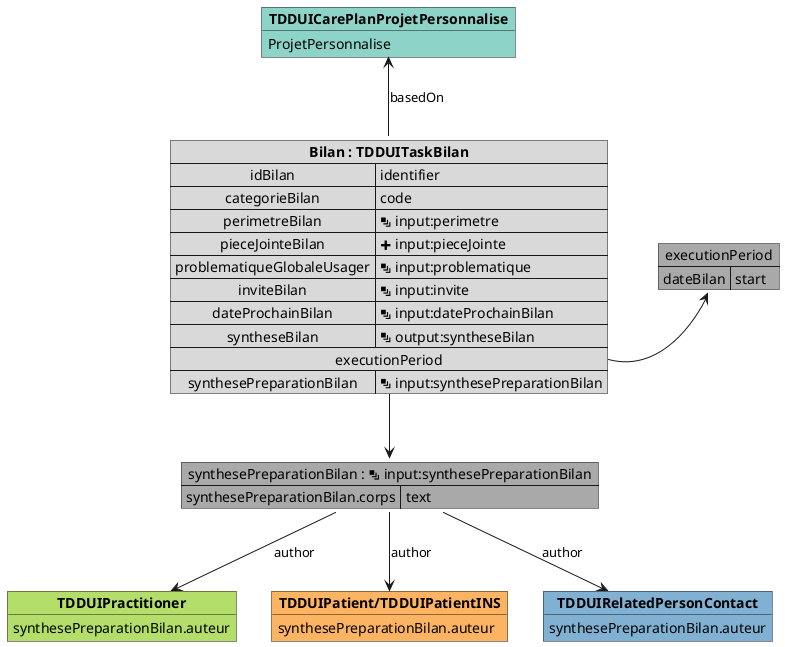
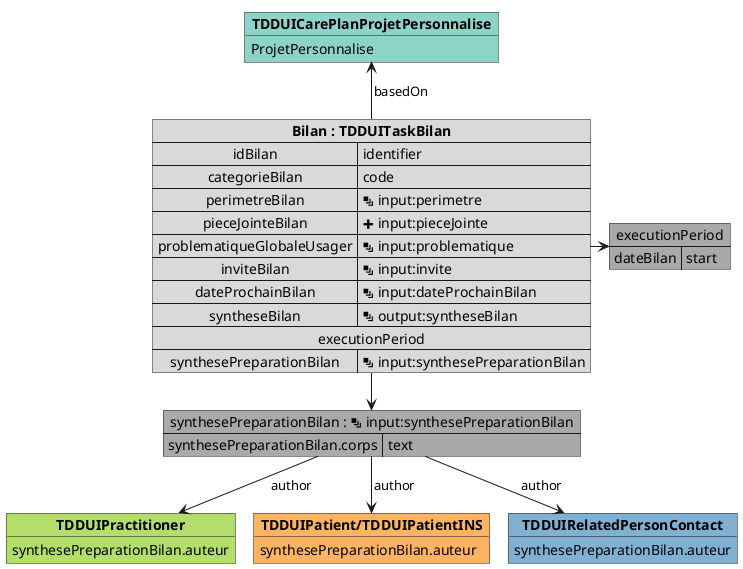
@startuml
+ !pragma layout smetana

map "executionPeriod" as executionPeriod #DarkGray {
    dateBilan => start
}

map "synthesePreparationBilan : <&layers> input:synthesePreparationBilan" as synthesePreparationBilan #DarkGray {
        synthesePreparationBilan.corps => text
}

object "**TDDUIPractitioner**" as TDDUIPractitioner #b3de69 {
    synthesePreparationBilan.auteur
}

object "**TDDUIPatient/TDDUIPatientINS**" as TDDUIPatient #fdb462 {
    synthesePreparationBilan.auteur
}

object "**TDDUIRelatedPersonContact**" as TDDUIRelatedPersonContact #80b1d3 {
    synthesePreparationBilan.auteur
}

object "**TDDUICarePlanProjetPersonnalise**" as TDDUICarePlanProjetPersonnalise_basedOn #8dd3c7 {
    ProjetPersonnalise
}

map "**Bilan : TDDUITaskBilan**" as Bilan #d9d9d9 {
    idBilan => identifier
    categorieBilan => code
    perimetreBilan => <&layers> input:perimetre
    pieceJointeBilan => <&plus> input:pieceJointe
    problematiqueGlobaleUsager => <&layers> input:problematique
    inviteBilan => <&layers> input:invite
    dateProchainBilan => <&layers> input:dateProchainBilan
    syntheseBilan => <&layers> output:syntheseBilan
    executionPeriod *-> executionPeriod
    synthesePreparationBilan => <&layers> input:synthesePreparationBilan
}

Bilan::synthesePreparationBilan -down-> synthesePreparationBilan
synthesePreparationBilan --> TDDUIPractitioner : author
synthesePreparationBilan --> TDDUIPatient : author
synthesePreparationBilan --> TDDUIRelatedPersonContact : author
Bilan -u-> TDDUICarePlanProjetPersonnalise_basedOn : basedOn
@enduml